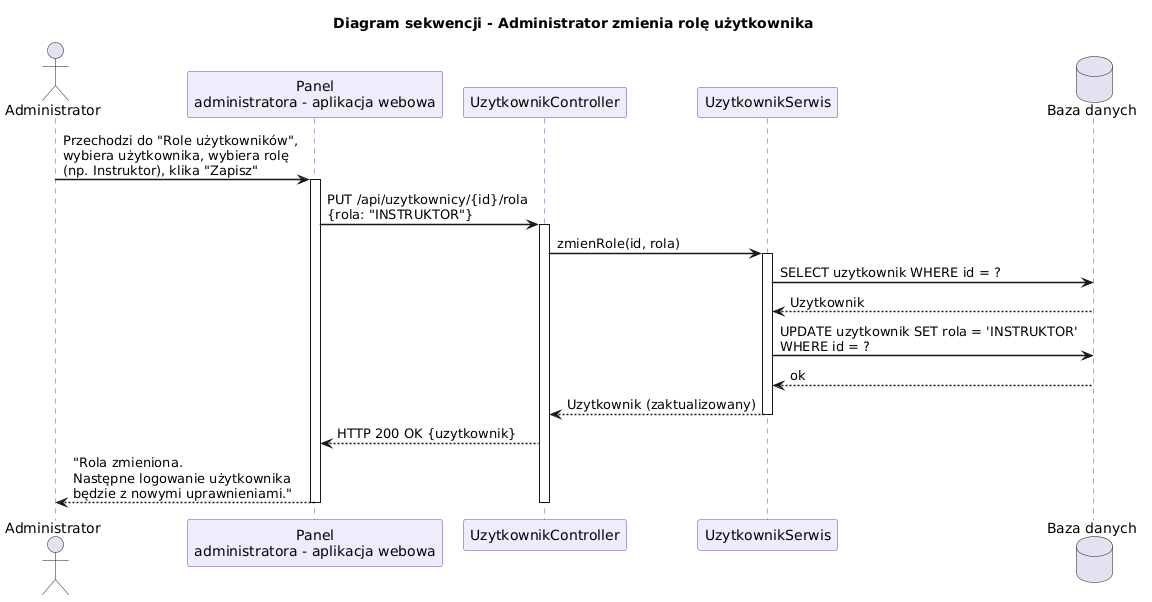
Above: DiagramySekwencji/zmianaRoliSekwencja.png in lukaszdeja/Delfinek (PlantUML), before the change.
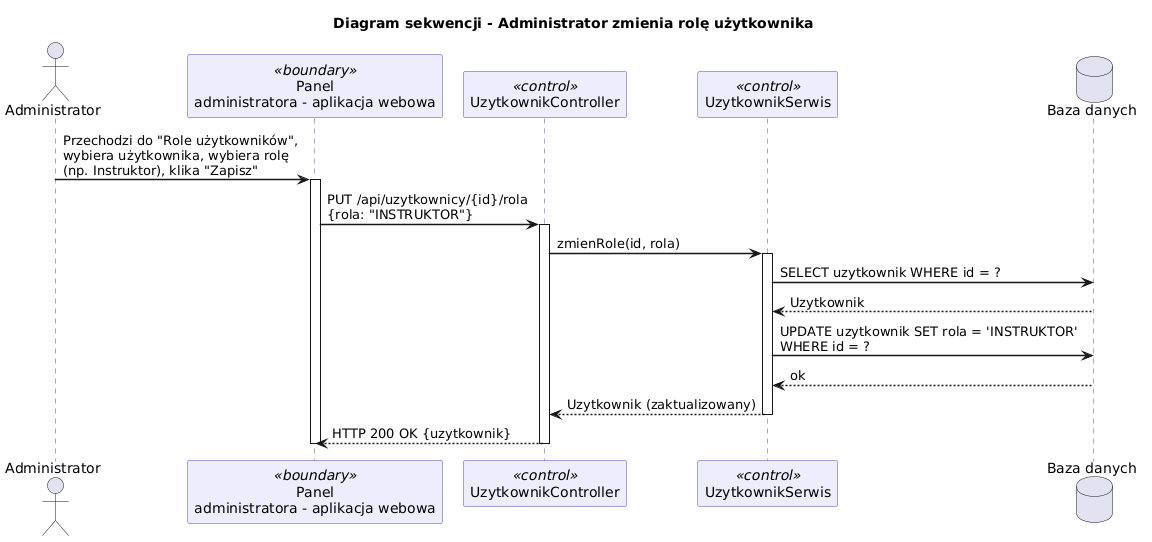
After the commit.

Change to the diagram source:
```diff
@@ -7,9 +7,9 @@
 skinparam sequenceLifeLineBorderColor #534AB7
 
 actor Administrator as A
-participant "Panel\nadministratora - aplikacja webowa" as UI
-participant "UzytkownikController" as CTRL
-participant "UzytkownikSerwis" as US
+participant "Panel\nadministratora - aplikacja webowa" as UI <<boundary>>
+participant "UzytkownikController" as CTRL <<control>>
+participant "UzytkownikSerwis" as US <<control>>
 database "Baza danych" as DB
 
 A -> UI : Przechodzi do "Role użytkowników",\nwybiera użytkownika, wybiera rolę\n(np. Instruktor), klika "Zapisz"
@@ -31,7 +31,6 @@
 deactivate US
 
 CTRL --> UI : HTTP 200 OK {uzytkownik}
-UI --> A : "Rola zmieniona.\nNastępne logowanie użytkownika\nbędzie z nowymi uprawnieniami."
 
 deactivate CTRL
 deactivate UI
```
